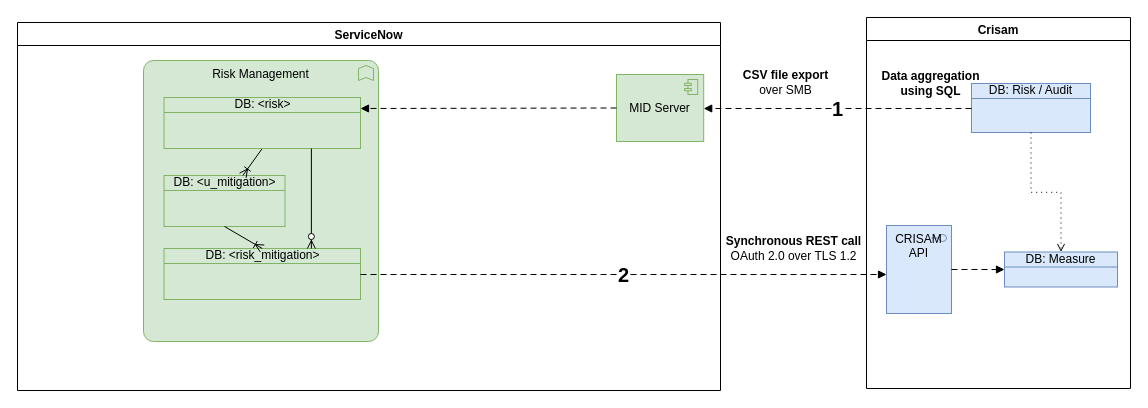
This is page "2flowsSol1" (17 of 18) of AldiCrisam.drawio from algimas/tmp, a draw.io file, before an edit. Source tidied: cells renumbered, new cells numbered last; positions are measured from the earlier drawing's top-left corner, leaving out a move shared by most shapes. Both pictures are drawn from the tidied source at 100%, with x=0, y=0 at pixel (17, 17).
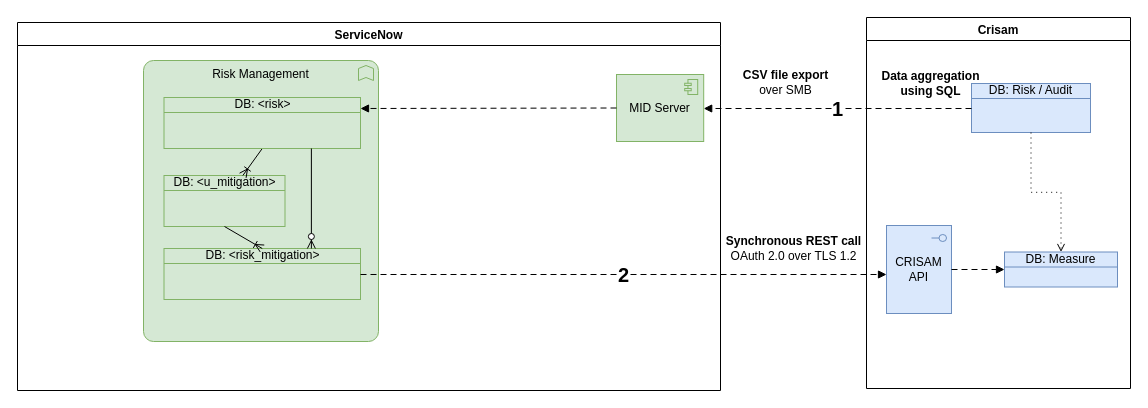
The same diagram, later.

Unchanged cells that the change refers to:
```xml
<mxCell id="2" value="Crisam" style="swimlane;" parent="1" vertex="1">
  <mxGeometry x="849" width="264" height="371" as="geometry" />
</mxCell>
```

The edit, as a diff of the source:
```diff
@@
-    <mxCell id="6" value="CRISAM API" style="html=1;outlineConnect=0;whiteSpace=wrap;fillColor=#dae8fc;shape=mxgraph.archimate3.application;appType=interface;archiType=square;strokeColor=#6c8ebf;verticalAlign=top;" parent="2" vertex="1">
+    <mxCell id="6" value="CRISAM API" style="html=1;outlineConnect=0;whiteSpace=wrap;fillColor=#dae8fc;shape=mxgraph.archimate3.application;appType=interface;archiType=square;strokeColor=#6c8ebf;verticalAlign=middle;" parent="2" vertex="1">
       <mxGeometry x="20" y="208" width="65" height="88" as="geometry" />
     </mxCell>
```
